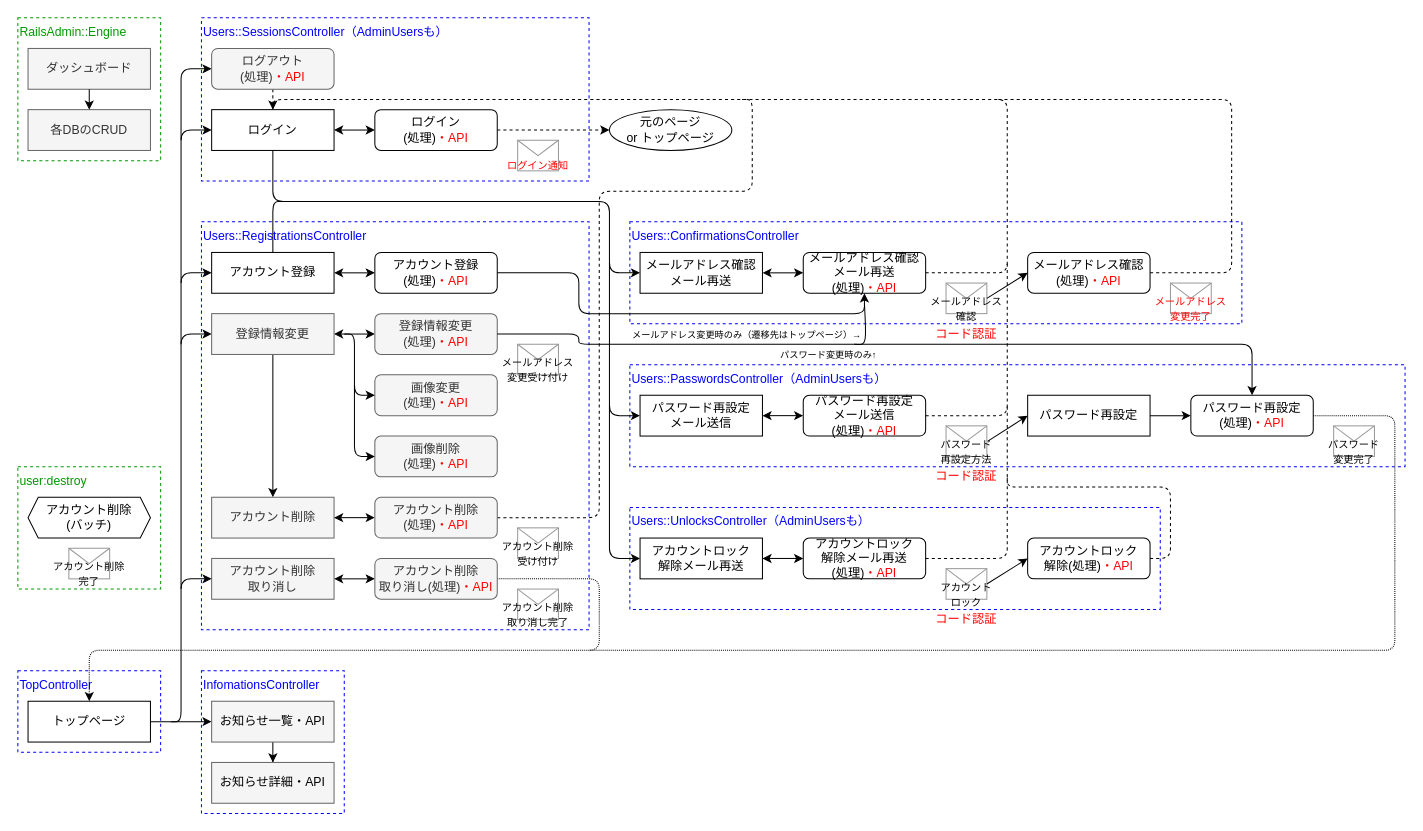
nightonlypj/rails-app-origin keeps this draw.io diagram as 設計/画面遷移図.drawio. Above is the earlier version. Source tidied: cells renumbered, new cells numbered last; positions are measured from the earlier drawing's top-left corner, leaving out a move shared by most shapes. Both pictures are drawn from the tidied source at 102%, with x=0, y=0 at pixel (17, 17).
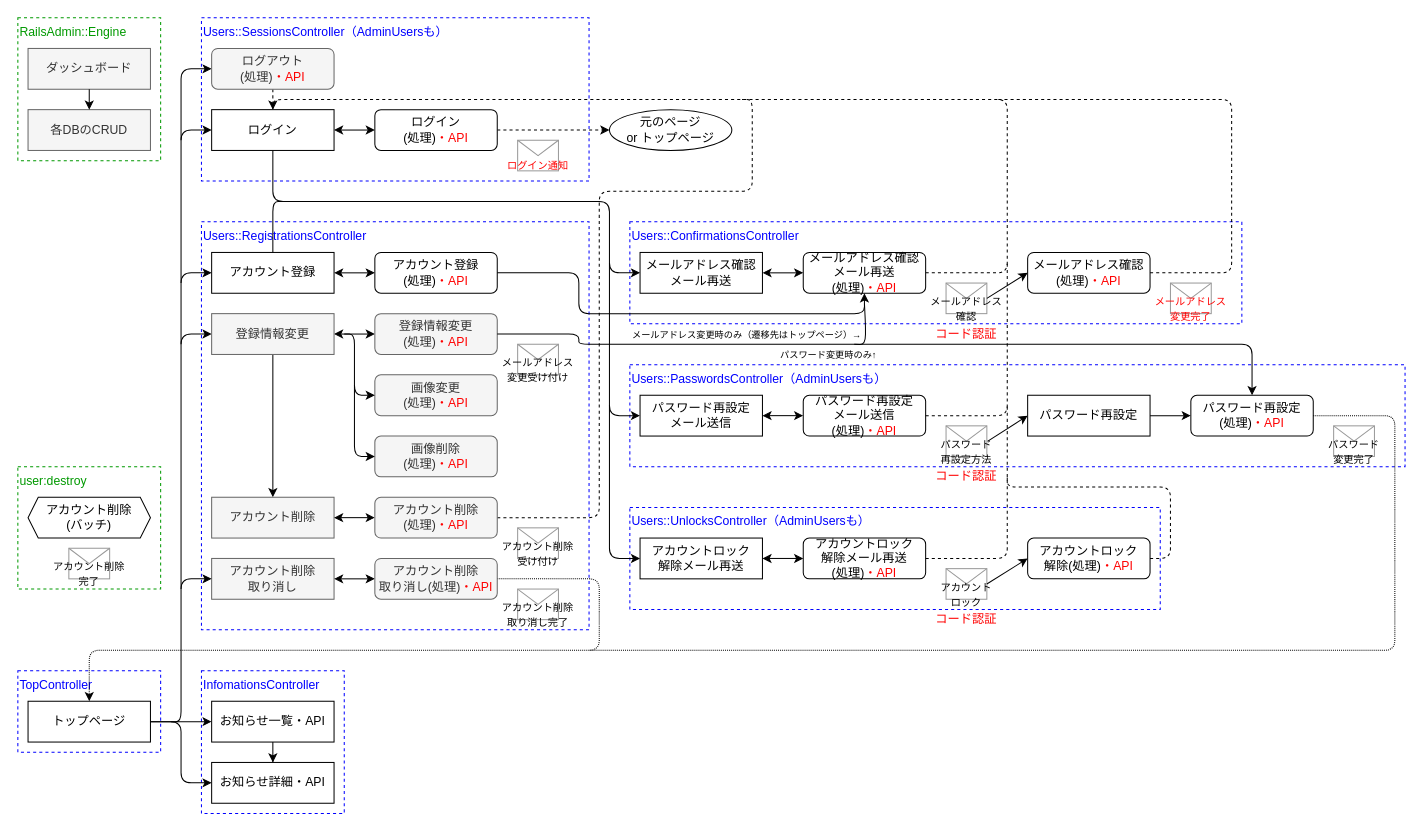
Above is the later version.

The change refers to these unchanged cells:
```xml
<mxCell id="12" value="トップページ" style="rounded=0;whiteSpace=wrap;html=1;" parent="1" vertex="1">
  <mxGeometry x="10" y="670" width="120" height="40" as="geometry" />
</mxCell>
```

The edit, as a diff of the source:
```diff
@@
+    <mxCell id="97" value="&lt;font color=&quot;#0000ff&quot;&gt;InfomationsController&lt;br&gt;&lt;/font&gt;" style="rounded=0;whiteSpace=wrap;html=1;strokeColor=#0000FF;dashed=1;align=left;verticalAlign=top;" parent="1" vertex="1">
+      <mxGeometry x="180" y="640" width="140" height="140" as="geometry" />
+    </mxCell>
@@
+    <mxCell id="106" style="edgeStyle=orthogonalEdgeStyle;rounded=1;jettySize=auto;html=1;exitX=1;exitY=0.5;exitDx=0;exitDy=0;entryX=0;entryY=0.5;entryDx=0;entryDy=0;" parent="1" edge="1" source="12" target="100">
+      <mxGeometry relative="1" as="geometry" />
+    </mxCell>
@@
-    <mxCell id="97" value="&lt;font color=&quot;#0000ff&quot;&gt;InfomationsController&lt;br&gt;&lt;/font&gt;" style="rounded=0;whiteSpace=wrap;html=1;strokeColor=#0000FF;dashed=1;align=left;verticalAlign=top;" parent="1" vertex="1">
-      <mxGeometry x="180" y="640" width="140" height="140" as="geometry" />
-    </mxCell>
@@
-    <mxCell id="99" value="&lt;font color=&quot;#000000&quot;&gt;お知らせ一覧・API&lt;/font&gt;" style="rounded=0;whiteSpace=wrap;html=1;fillColor=#f5f5f5;strokeColor=#666666;fontColor=#333333;" parent="1" vertex="1">
+    <mxCell id="99" value="&lt;font color=&quot;#000000&quot;&gt;お知らせ一覧・API&lt;/font&gt;" style="rounded=0;whiteSpace=wrap;html=1;" parent="1" vertex="1">
       <mxGeometry x="190" y="670" width="120" height="40" as="geometry" />
     </mxCell>
-    <mxCell id="100" value="&lt;font color=&quot;#000000&quot;&gt;お知らせ詳細・API&lt;/font&gt;" style="rounded=0;whiteSpace=wrap;html=1;fillColor=#f5f5f5;strokeColor=#666666;fontColor=#333333;" parent="1" vertex="1">
+    <mxCell id="100" value="&lt;font color=&quot;#000000&quot;&gt;お知らせ詳細・API&lt;/font&gt;" style="rounded=0;whiteSpace=wrap;html=1;" parent="1" vertex="1">
       <mxGeometry x="190" y="730" width="120" height="40" as="geometry" />
     </mxCell>
```
